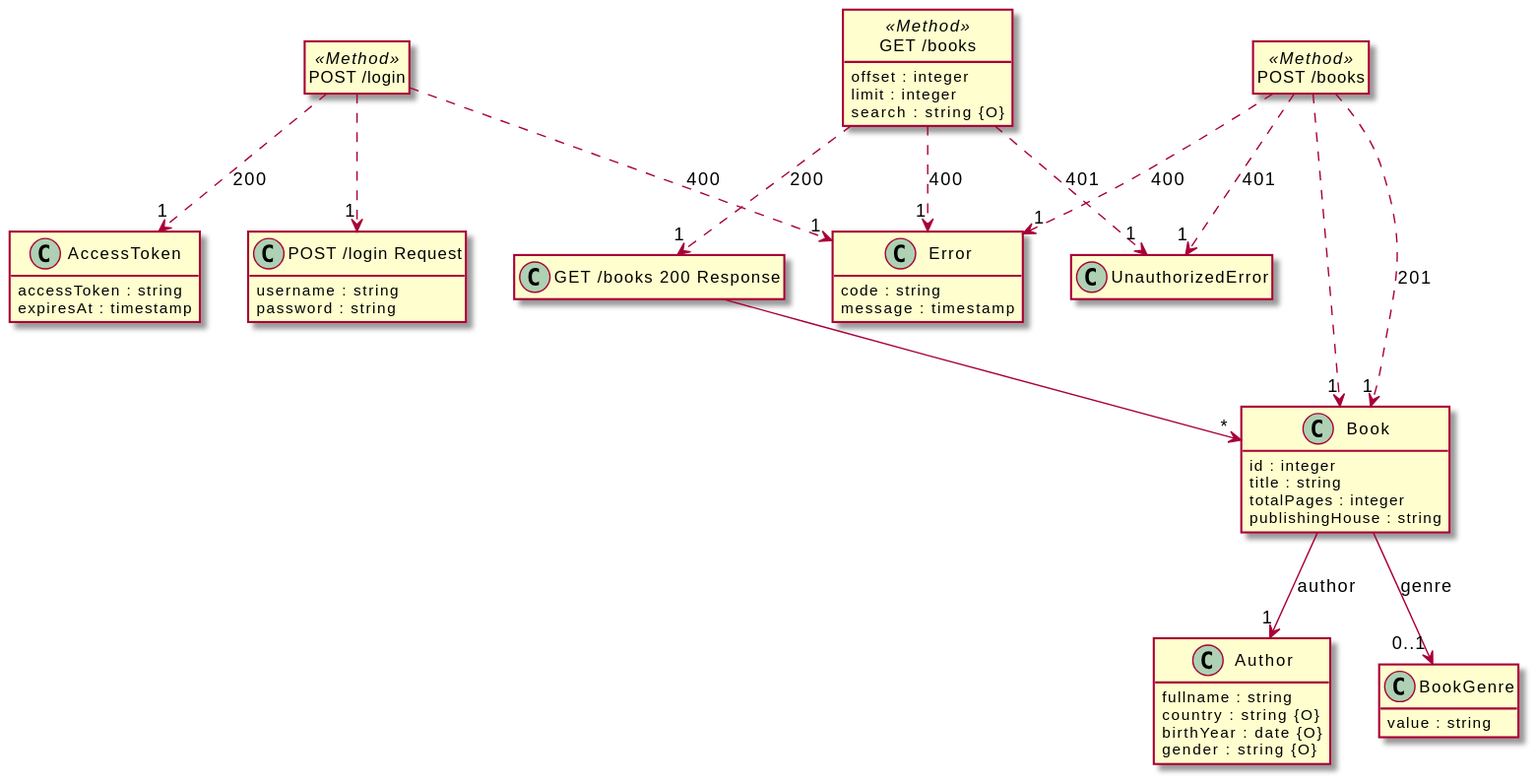
The PlantUML diagram src/docs/demos/bookstore.svg in davidmoten/openapi-to-plantuml, before a commit.
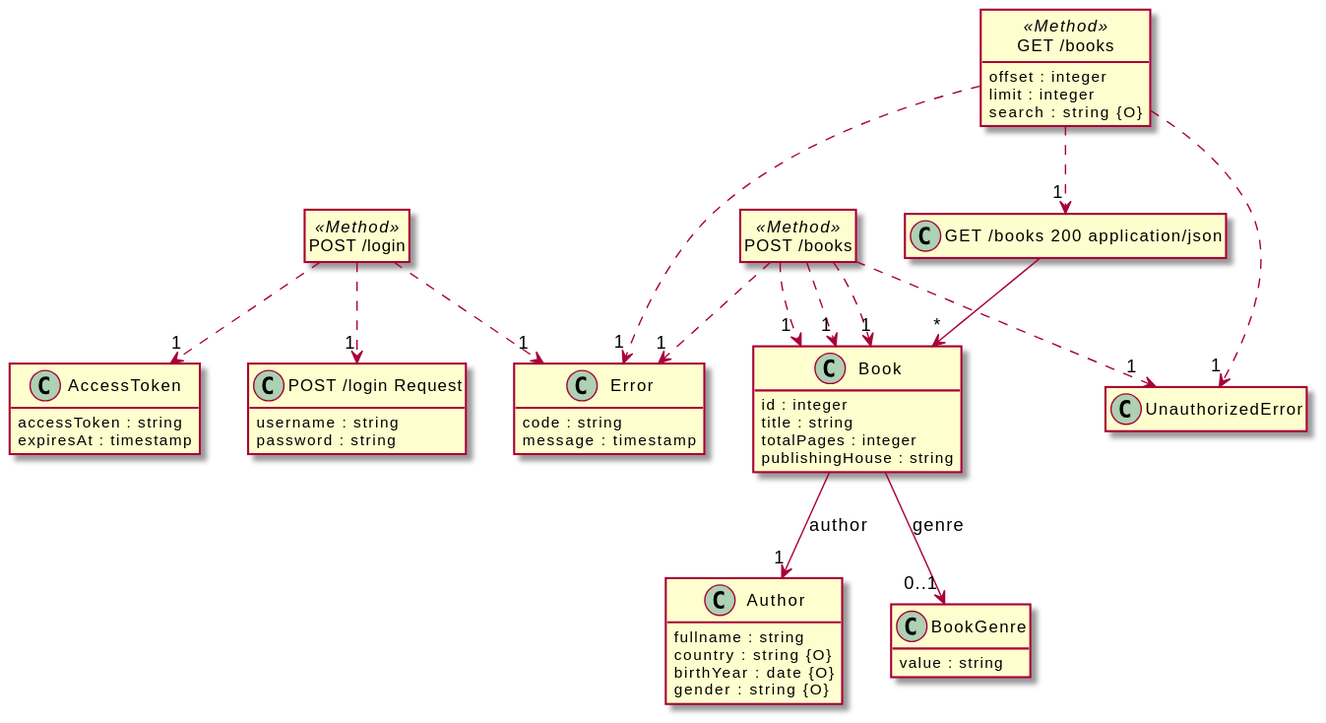
Above is the later version.

What changed in the source:
```diff
@@ -46,7 +46,7 @@
   search : string {O}
 }
 
-class "GET /books 200 Response" {
+class "GET /books 200 application/json" {
 }
 
 class "POST /books" <<Method>> {
@@ -56,25 +56,27 @@
 
 "Book" --> "1" "Author" : "author"
 
-"POST /login" ..> "1" "AccessToken" : "200"
+"POST /login" ..> "1" "AccessToken"
 
-"POST /login" ..> "1" "Error" : "400"
+"POST /login" ..> "1" "Error"
 
 "POST /login" ..> "1" "POST /login Request"
 
-"GET /books 200 Response" --> "*" "Book"
+"GET /books 200 application/json" --> "*" "Book"
 
-"GET /books" ..> "1" "GET /books 200 Response" : "200"
+"GET /books" ..> "1" "GET /books 200 application/json"
 
-"GET /books" ..> "1" "UnauthorizedError" : "401"
+"GET /books" ..> "1" "UnauthorizedError"
 
-"GET /books" ..> "1" "Error" : "400"
+"GET /books" ..> "1" "Error"
 
-"POST /books" ..> "1" "Book" : "201"
+"POST /books" ..> "1" "Book"
 
-"POST /books" ..> "1" "Error" : "400"
+"POST /books" ..> "1" "Book"
 
-"POST /books" ..> "1" "UnauthorizedError" : "401"
+"POST /books" ..> "1" "Error"
+
+"POST /books" ..> "1" "UnauthorizedError"
 
 "POST /books" ..> "1" "Book"
 
```
